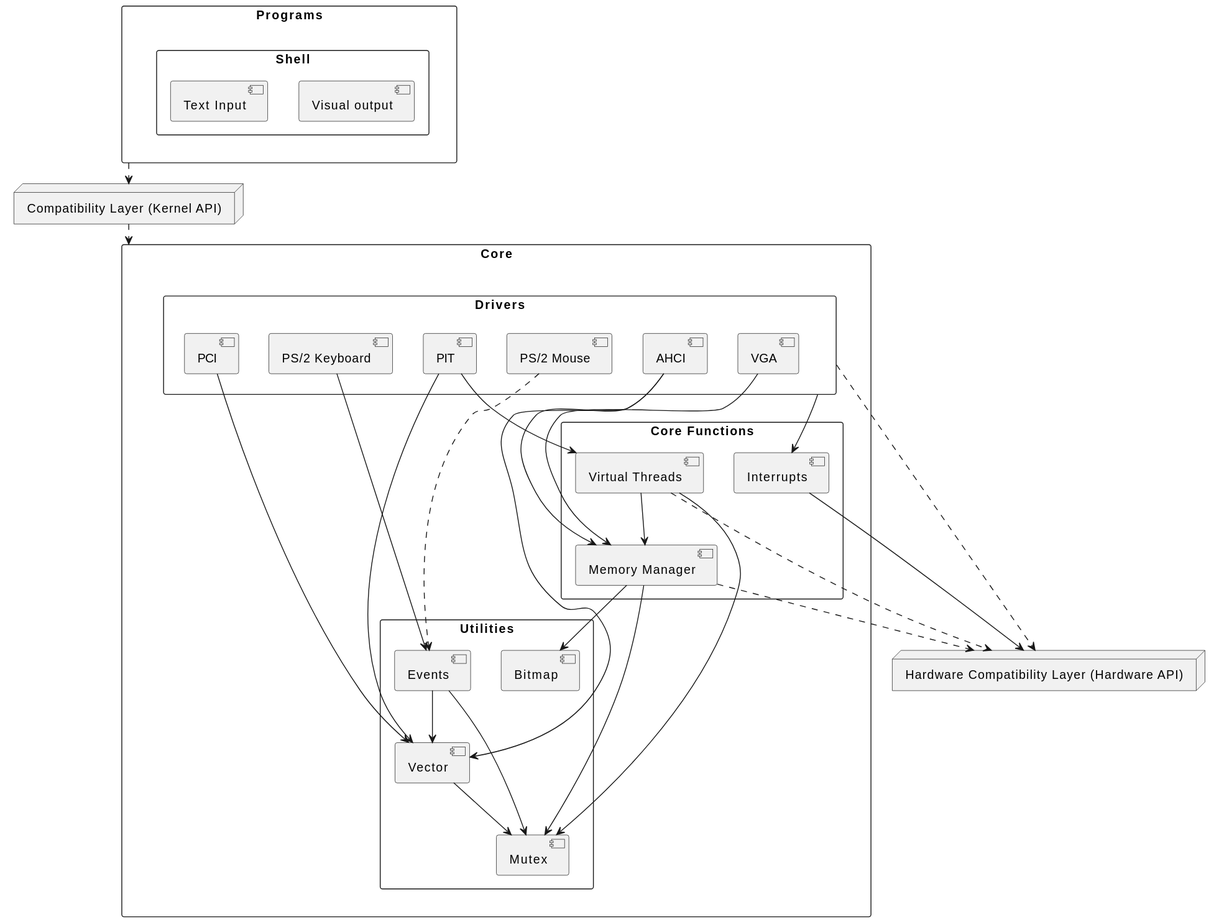
Earlier version of the PlantUML export docs/svg/kernel diagram.svg (cactoes/virtual_reflections_os).
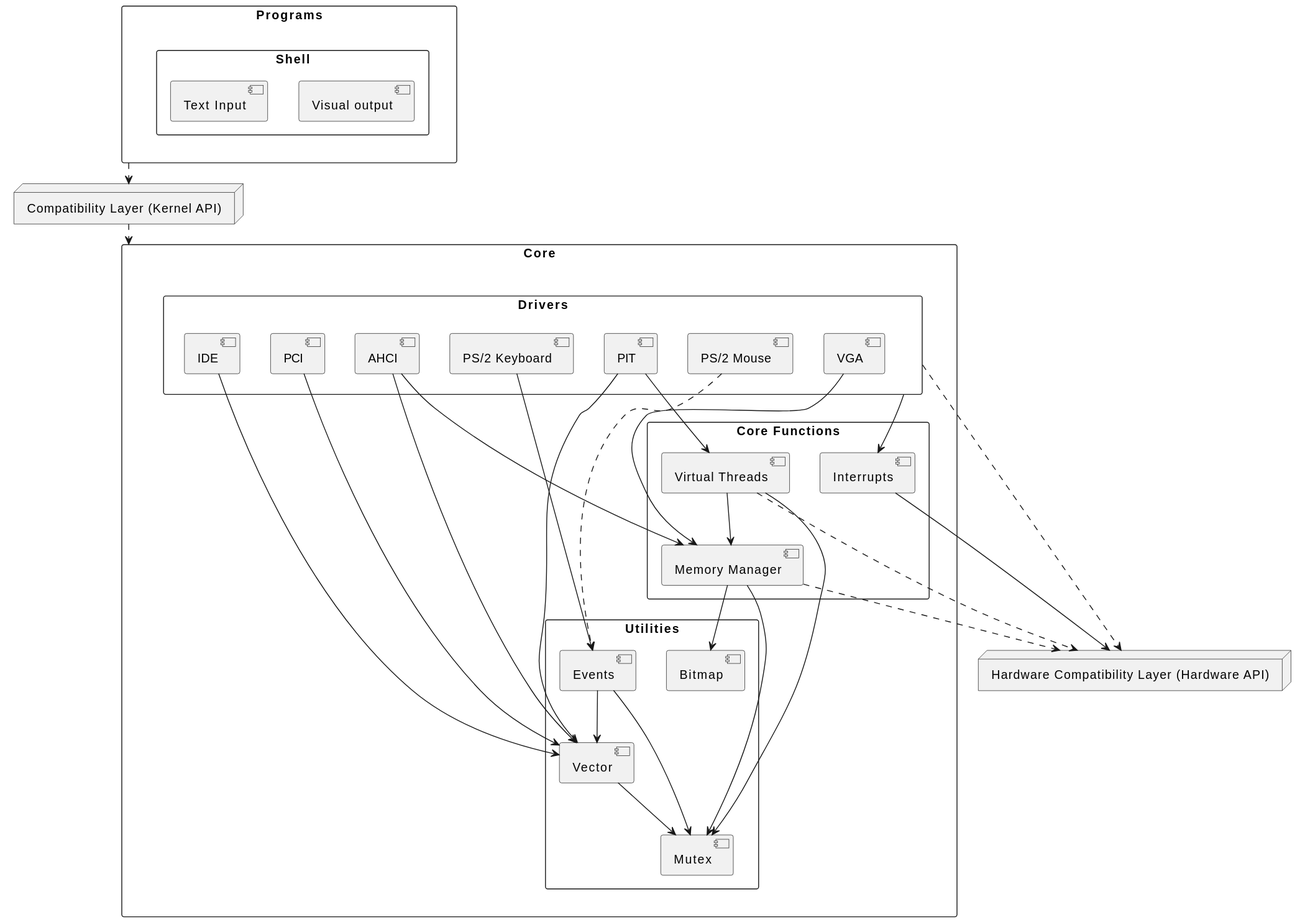
Later version of the same file.

Commit message:
auto generated diagrams [skip ci]

What changed in the source:
```diff
@@ -10,6 +10,7 @@
         [PS/2 Keyboard]
         [PS/2 Mouse]
         [AHCI]
+        [IDE]
     }
 
     rectangle "Core Functions" {
@@ -41,6 +42,7 @@
 [PS/2 Mouse] ..> [Events]
 [AHCI] --> [Memory Manager]
 [AHCI] --> [Vector]
+[IDE] --> [Vector]
 
 [Events] --> [Mutex]
 [Events] --> [Vector]
```
